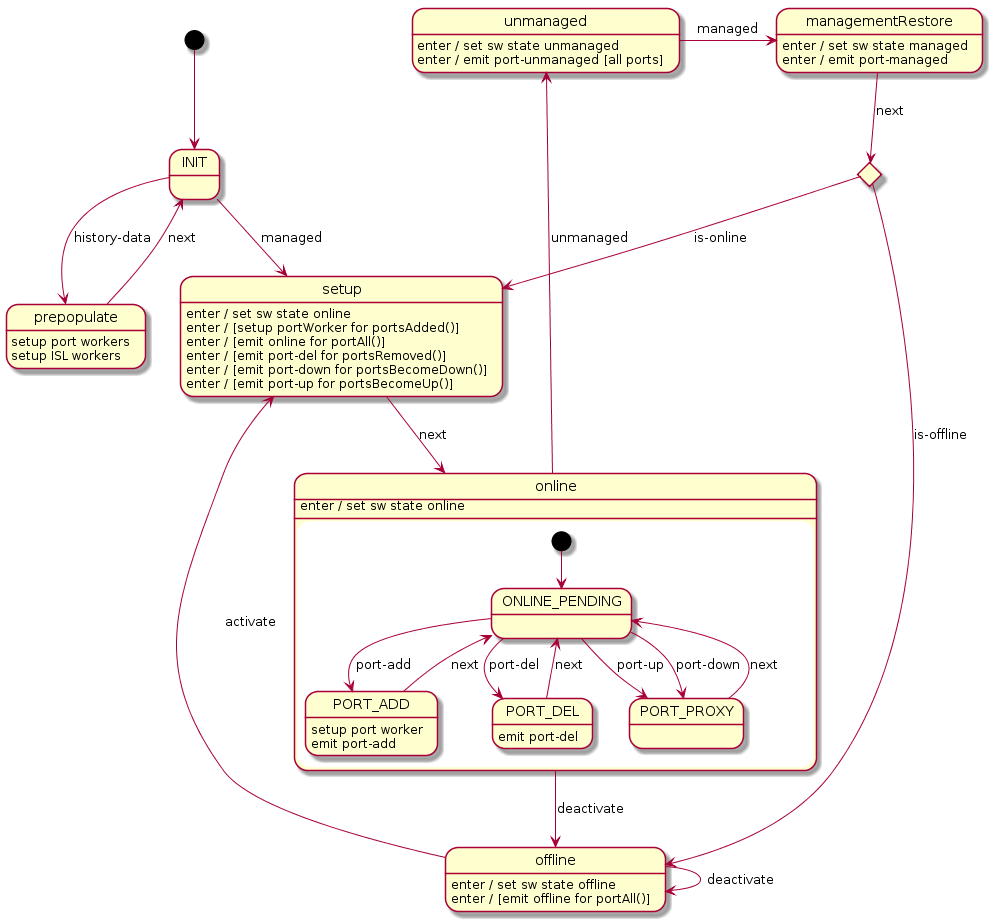
The PlantUML diagram docs/design/network-discovery/switch-FSM.png in jangwonpark74/open-kilda, before a commit. The source it was exported from:
```plantuml
@startuml
[*] --> INIT

state switchSync <<choice>>

INIT --> prepopulate : history-data
INIT --> setup : managed

prepopulate : setup port workers
prepopulate : setup ISL workers
prepopulate --> INIT : next

switchSync --> setup : is-online
switchSync --> offline : is-offline

setup : enter / set sw state online
setup : enter / [setup portWorker for portsAdded()]
setup : enter / [emit online for portAll()]
setup : enter / [emit port-del for portsRemoved()]
setup : enter / [emit port-down for portsBecomeDown()]
setup : enter / [emit port-up for portsBecomeUp()]
setup --> online : next

state online {
    online : enter / set sw state online
    [*] --> ONLINE_PENDING

    ONLINE_PENDING --> PORT_ADD : port-add
    ONLINE_PENDING --> PORT_DEL : port-del
    ONLINE_PENDING --> PORT_PROXY : port-up
    ONLINE_PENDING --> PORT_PROXY : port-down

    PORT_ADD : setup port worker
    PORT_ADD : emit port-add
    PORT_ADD --> ONLINE_PENDING : next

    PORT_DEL : emit port-del
    PORT_DEL --> ONLINE_PENDING : next

    PORT_PROXY --> ONLINE_PENDING : next
}
online --> offline : deactivate
online --> unmanaged : unmanaged

offline : enter / set sw state offline
offline : enter / [emit offline for portAll()]
offline --> setup : activate
offline --> offline : deactivate

unmanaged : enter / set sw state unmanaged
unmanaged : enter / emit port-unmanaged [all ports]
unmanaged -r-> managementRestore : managed

managementRestore : enter / set sw state managed
managementRestore : enter / emit port-managed
managementRestore --> switchSync : next

@enduml
```
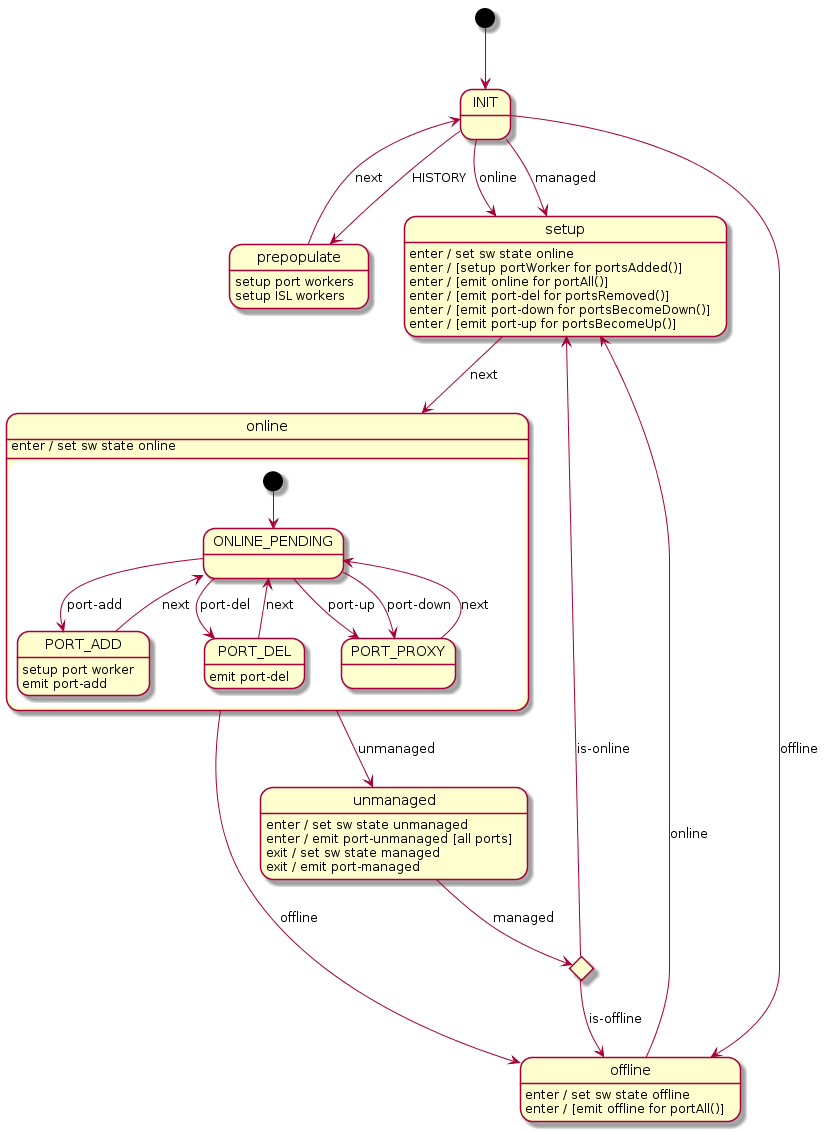
Above is the later version.

What changed in the source:
```diff
@@ -3,8 +3,10 @@
 
 state switchSync <<choice>>
 
-INIT --> prepopulate : history-data
+INIT --> prepopulate : HISTORY
 INIT --> setup : managed
+INIT --> setup : online
+INIT --> offline : offline
 
 prepopulate : setup port workers
 prepopulate : setup ISL workers
@@ -39,20 +41,17 @@
 
     PORT_PROXY --> ONLINE_PENDING : next
 }
-online --> offline : deactivate
+online --> offline : offline
 online --> unmanaged : unmanaged
 
 offline : enter / set sw state offline
 offline : enter / [emit offline for portAll()]
-offline --> setup : activate
-offline --> offline : deactivate
+offline --> setup : online
 
 unmanaged : enter / set sw state unmanaged
 unmanaged : enter / emit port-unmanaged [all ports]
-unmanaged -r-> managementRestore : managed
-
-managementRestore : enter / set sw state managed
-managementRestore : enter / emit port-managed
-managementRestore --> switchSync : next
+unmanaged : exit / set sw state managed
+unmanaged : exit / emit port-managed
+unmanaged --> switchSync : managed
 
 @enduml
```
